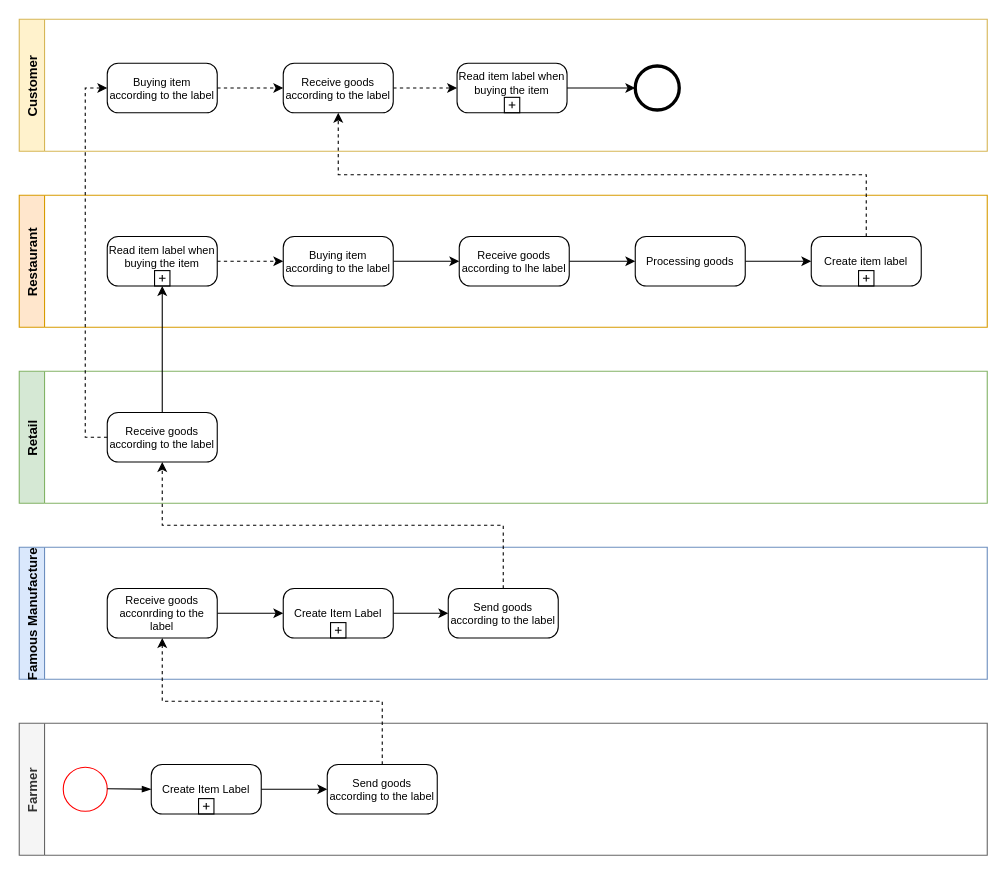
Above: page "BPMN" (4 of 4) of Unique/Paper Safe Wallet.drawio in hanggaa/Diagram (draw.io), before the change. Source tidied: cells renumbered, new cells numbered last; positions are measured from the earlier drawing's top-left corner, leaving out a move shared by most shapes. Both pictures are drawn from the tidied source at 110%, with x=0, y=0 at pixel (19, 19).
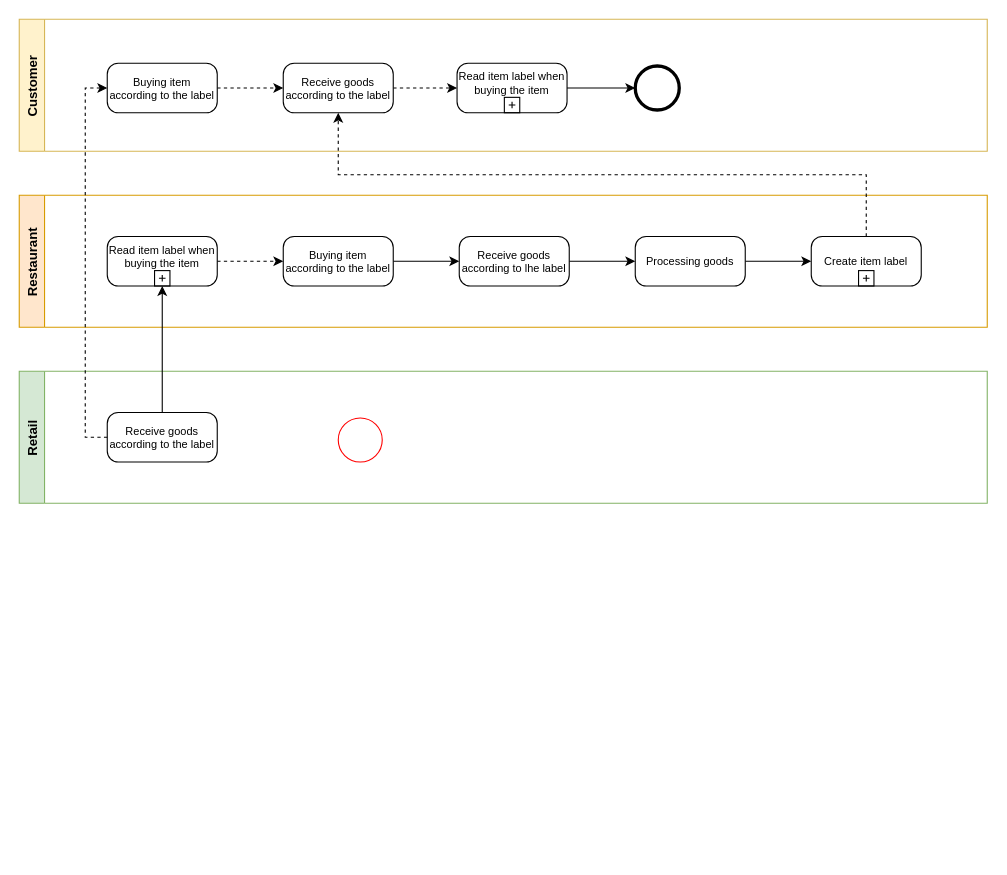
The same diagram, later.

Unchanged cells that the change refers to:
```xml
<mxCell id="8" value="Retail" style="swimlane;horizontal=0;fillColor=#d5e8d4;strokeColor=#82b366;" parent="1" vertex="1">
  <mxGeometry y="320" width="880" height="120" as="geometry" />
</mxCell>
<mxCell id="9" value="Receive goods according to the label" style="points=[[0.25,0,0],[0.5,0,0],[0.75,0,0],[1,0.25,0],[1,0.5,0],[1,0.75,0],[0.75,1,0],[0.5,1,0],[0.25,1,0],[0,0.75,0],[0,0.5,0],[0,0.25,0]];shape=mxgraph.bpmn.task;whiteSpace=wrap;rectStyle=rounded;size=10;taskMarker=abstract;fontSize=10;" parent="8" vertex="1">
  <mxGeometry x="80" y="37.5" width="100" height="45" as="geometry" />
</mxCell>
```

Change to the diagram source:
```diff
@@
-    <mxCell id="2" value="Famous Manufacture" style="swimlane;horizontal=0;fillColor=#dae8fc;strokeColor=#6c8ebf;startSize=23;" parent="1" vertex="1">
-      <mxGeometry y="480" width="880" height="120" as="geometry" />
-    </mxCell>
-    <mxCell id="3" style="edgeStyle=orthogonalEdgeStyle;rounded=0;jettySize=auto;html=1;exitX=1;exitY=0.5;exitDx=0;exitDy=0;exitPerimeter=0;entryX=0;entryY=0.5;entryDx=0;entryDy=0;entryPerimeter=0;" parent="2" edge="1" source="4" target="7">
-      <mxGeometry relative="1" as="geometry" />
-    </mxCell>
-    <mxCell id="4" value="Receive goods acconrding to the label" style="points=[[0.25,0,0],[0.5,0,0],[0.75,0,0],[1,0.25,0],[1,0.5,0],[1,0.75,0],[0.75,1,0],[0.5,1,0],[0.25,1,0],[0,0.75,0],[0,0.5,0],[0,0.25,0]];shape=mxgraph.bpmn.task;whiteSpace=wrap;rectStyle=rounded;size=10;taskMarker=abstract;fontSize=10;" parent="2" vertex="1">
-      <mxGeometry x="80" y="37.5" width="100" height="45" as="geometry" />
-    </mxCell>
-    <mxCell id="5" value="Send goods according to the label" style="points=[[0.25,0,0],[0.5,0,0],[0.75,0,0],[1,0.25,0],[1,0.5,0],[1,0.75,0],[0.75,1,0],[0.5,1,0],[0.25,1,0],[0,0.75,0],[0,0.5,0],[0,0.25,0]];shape=mxgraph.bpmn.task;whiteSpace=wrap;rectStyle=rounded;size=10;taskMarker=abstract;fontSize=10;" parent="2" vertex="1">
-      <mxGeometry x="390" y="37.5" width="100" height="45" as="geometry" />
-    </mxCell>
-    <mxCell id="6" style="edgeStyle=orthogonalEdgeStyle;rounded=0;jettySize=auto;html=1;exitX=1;exitY=0.5;exitDx=0;exitDy=0;exitPerimeter=0;entryX=0;entryY=0.5;entryDx=0;entryDy=0;entryPerimeter=0;" parent="2" edge="1" source="7" target="5">
-      <mxGeometry relative="1" as="geometry" />
-    </mxCell>
-    <mxCell id="7" value="Create Item Label" style="points=[[0.25,0,0],[0.5,0,0],[0.75,0,0],[1,0.25,0],[1,0.5,0],[1,0.75,0],[0.75,1,0],[0.5,1,0],[0.25,1,0],[0,0.75,0],[0,0.5,0],[0,0.25,0]];shape=mxgraph.bpmn.task;whiteSpace=wrap;rectStyle=rounded;size=10;taskMarker=abstract;isLoopSub=1;fontSize=10;" parent="2" vertex="1">
-      <mxGeometry x="240" y="37.5" width="100" height="45" as="geometry" />
-    </mxCell>
@@
+    <mxCell id="21" style="ellipse;whiteSpace=wrap;html=1;strokeColor=#FF0000;" parent="8" vertex="1">
+      <mxGeometry x="290" y="42.5" width="40" height="40" as="geometry" />
+    </mxCell>
@@
-    <mxCell id="20" value="Farmer" style="swimlane;horizontal=0;startSize=23;fillColor=#f5f5f5;fontColor=#333333;strokeColor=#666666;" parent="1" vertex="1">
-      <mxGeometry y="640" width="880" height="120" as="geometry" />
-    </mxCell>
-    <mxCell id="21" style="ellipse;whiteSpace=wrap;html=1;strokeColor=#FF0000;" parent="20" vertex="1">
-      <mxGeometry x="40" y="40" width="40" height="40" as="geometry" />
-    </mxCell>
-    <mxCell id="22" value="Send goods according to the label" style="points=[[0.25,0,0],[0.5,0,0],[0.75,0,0],[1,0.25,0],[1,0.5,0],[1,0.75,0],[0.75,1,0],[0.5,1,0],[0.25,1,0],[0,0.75,0],[0,0.5,0],[0,0.25,0]];shape=mxgraph.bpmn.task;whiteSpace=wrap;rectStyle=rounded;size=10;taskMarker=abstract;fontSize=10;" parent="20" vertex="1">
-      <mxGeometry x="280" y="37.5" width="100" height="45" as="geometry" />
-    </mxCell>
-    <mxCell id="23" style="edgeStyle=none;rounded=0;jettySize=auto;html=1;exitX=1;exitY=0.5;exitDx=0;exitDy=0;exitPerimeter=0;fontSize=10;" parent="20" edge="1" source="24" target="22">
-      <mxGeometry relative="1" as="geometry" />
-    </mxCell>
-    <mxCell id="24" value="Create Item Label" style="points=[[0.25,0,0],[0.5,0,0],[0.75,0,0],[1,0.25,0],[1,0.5,0],[1,0.75,0],[0.75,1,0],[0.5,1,0],[0.25,1,0],[0,0.75,0],[0,0.5,0],[0,0.25,0]];shape=mxgraph.bpmn.task;whiteSpace=wrap;rectStyle=rounded;size=10;taskMarker=abstract;isLoopSub=1;fontSize=10;" parent="20" vertex="1">
-      <mxGeometry x="120" y="37.5" width="100" height="45" as="geometry" />
-    </mxCell>
-    <mxCell id="25" style="fontSize=12;html=1;endArrow=blockThin;endFill=1;rounded=0;entryX=0;entryY=0.5;entryDx=0;entryDy=0;entryPerimeter=0;" parent="20" edge="1" target="24">
-      <mxGeometry relative="1" as="geometry">
-        <mxPoint x="80" y="59.5" as="sourcePoint" />
-      </mxGeometry>
-    </mxCell>
-    <mxCell id="26" style="edgeStyle=orthogonalEdgeStyle;rounded=0;jettySize=auto;html=1;exitX=0.5;exitY=0;exitDx=0;exitDy=0;exitPerimeter=0;entryX=0.5;entryY=1;entryDx=0;entryDy=0;entryPerimeter=0;dashed=1;" parent="1" edge="1" source="22" target="4">
-      <mxGeometry relative="1" as="geometry" />
-    </mxCell>
-    <mxCell id="27" style="edgeStyle=orthogonalEdgeStyle;rounded=0;jettySize=auto;html=1;exitX=0.5;exitY=0;exitDx=0;exitDy=0;exitPerimeter=0;entryX=0.5;entryY=1;entryDx=0;entryDy=0;entryPerimeter=0;dashed=1;" parent="1" edge="1" source="5" target="9">
-      <mxGeometry relative="1" as="geometry" />
-    </mxCell>
```
